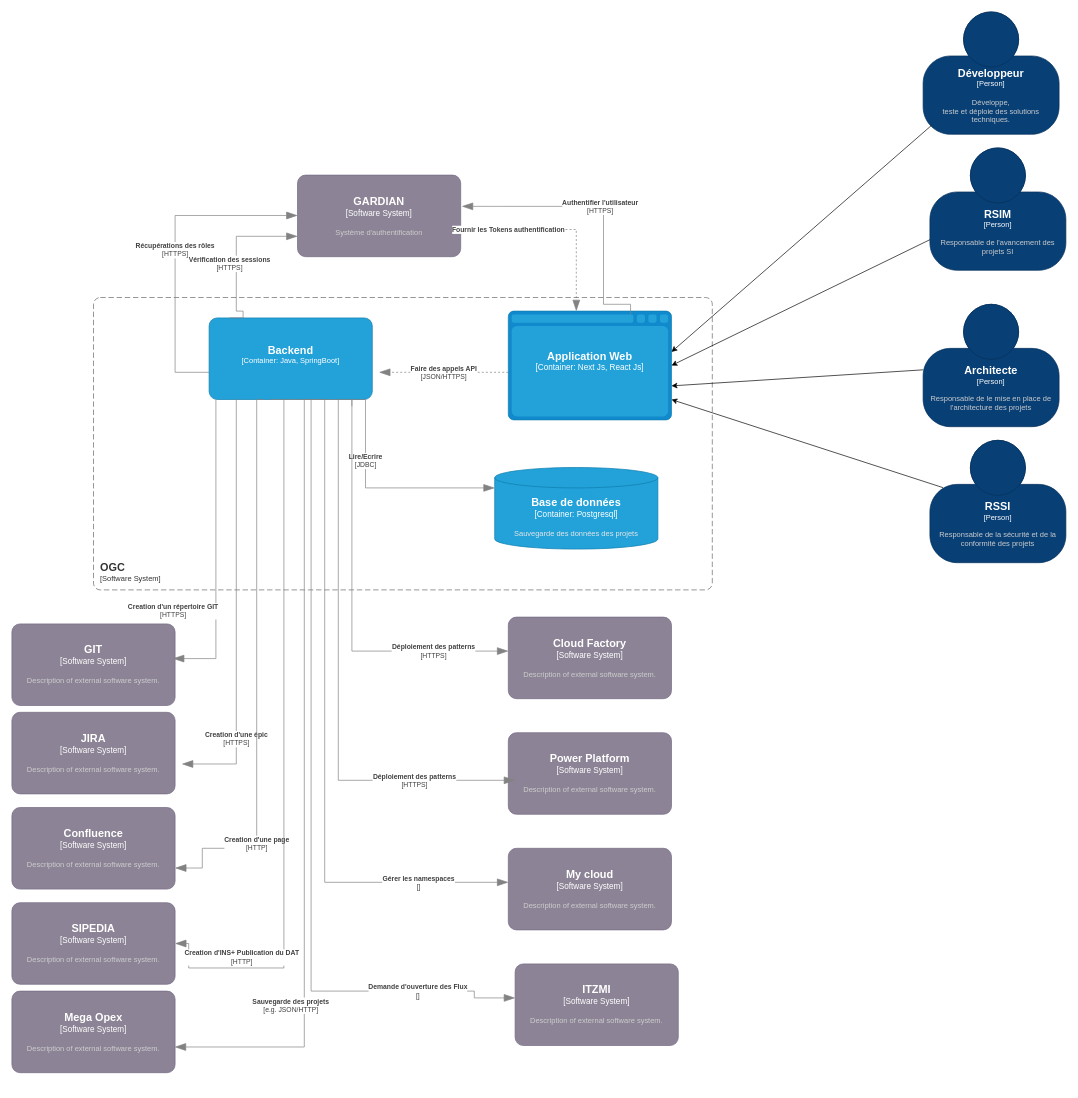
Earlier version of the draw.io diagram page "containers" (1 of 3) of containers-diagram.drawio (marwaSahli/c4-diagrams). Source tidied: cells renumbered, new cells numbered last; positions are measured from the earlier drawing's top-left corner, leaving out a move shared by most shapes. Both pictures are drawn from the tidied source at 68%, with x=0, y=0 at pixel (12, 12).
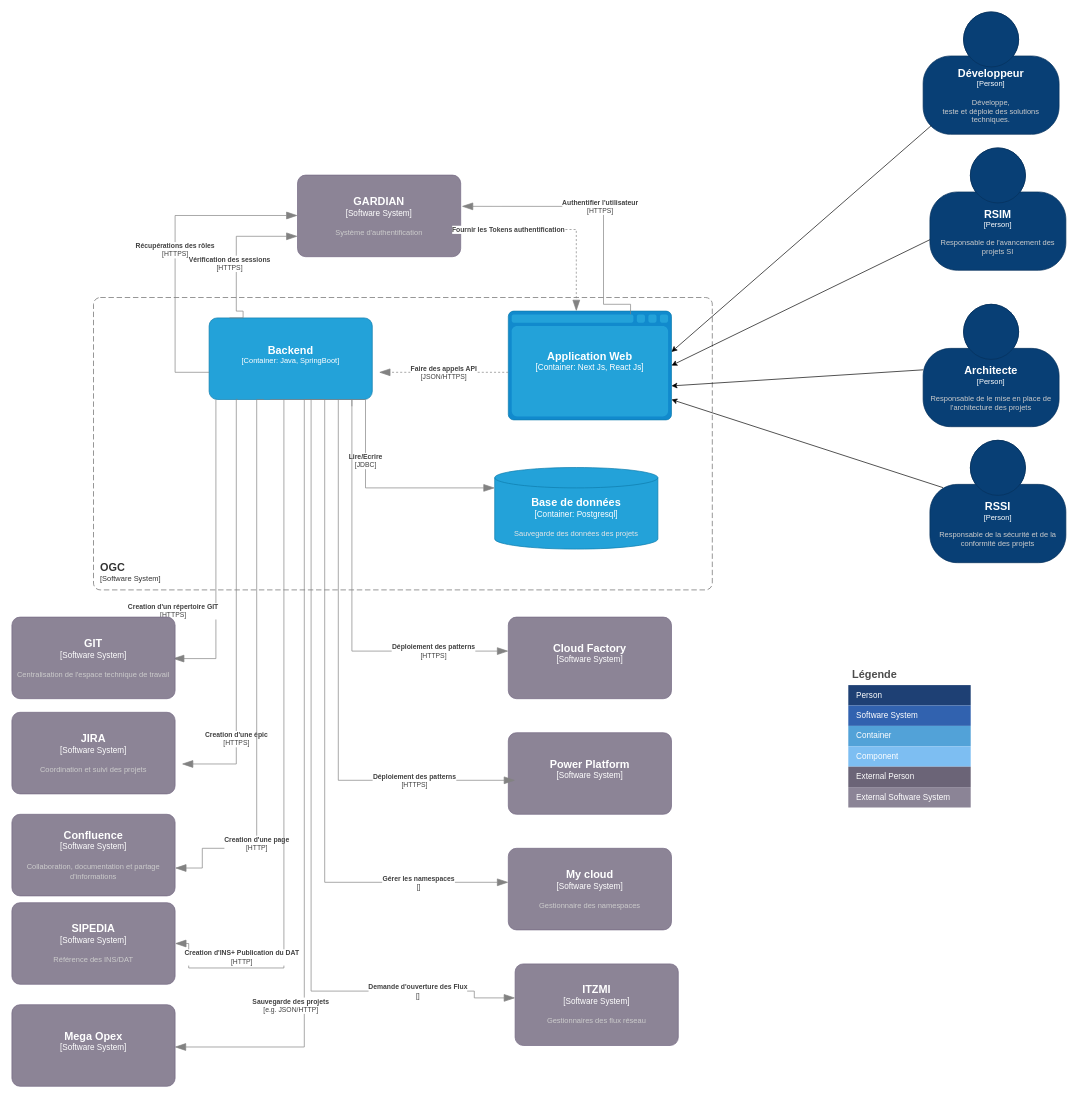
The same diagram, later.

Commit message (it also covers changes not shown here):
Mettre à jour containers-diagram.drawio

The change refers to these unchanged cells:
```xml
<object id="3" label="&lt;font style=&quot;font-size: 16px&quot;&gt;&lt;b&gt;%c4Name%&lt;/b&gt;&lt;/font&gt;&lt;div&gt;[%c4Type%: %c4Technology%]&lt;/div&gt;&lt;br&gt;&lt;div&gt;&lt;font style=&quot;font-size: 11px&quot;&gt;&lt;font color=&quot;#E6E6E6&quot;&gt;%c4Description%&lt;/font&gt;&lt;/div&gt;" c4Description="" c4Name="Backend" c4Technology="Java, SpringBoot" c4Type="Container" placeholders="1">
  <mxCell style="rounded=1;whiteSpace=wrap;html=1;fontSize=11;labelBackgroundColor=none;fillColor=#23A2D9;fontColor=#ffffff;align=center;arcSize=10;strokeColor=#0E7DAD;points=[[0.25,0,0],[0.5,0,0],[0.75,0,0],[1,0.25,0],[1,0.5,0],[1,0.75,0],[0.75,1,0],[0.5,1,0],[0.25,1,0],[0,0.75,0],[0,0.5,0],[0,0.25,0]];" parent="1" vertex="1">
    <mxGeometry x="290" y="450" width="240" height="120" as="geometry" />
  </mxCell>
</object>
```

Change to the diagram source:
```diff
@@
-    <object id="13" label="&lt;font style=&quot;font-size: 16px&quot;&gt;&lt;b&gt;%c4Name%&lt;/b&gt;&lt;/font&gt;&lt;div&gt;[%c4Type%]&lt;/div&gt;&lt;br&gt;&lt;div&gt;&lt;font style=&quot;font-size: 11px&quot;&gt;&lt;font color=&quot;#cccccc&quot;&gt;%c4Description%&lt;/font&gt;&lt;/div&gt;" c4Description="Description of external software system." c4Name="GIT" c4Type="Software System" placeholders="1">
-      <mxCell style="rounded=1;whiteSpace=wrap;html=1;labelBackgroundColor=none;fillColor=#8C8496;fontColor=#ffffff;align=center;arcSize=10;strokeColor=#736782;points=[[0.25,0,0],[0.5,0,0],[0.75,0,0],[1,0.25,0],[1,0.5,0],[1,0.75,0],[0.75,1,0],[0.5,1,0],[0.25,1,0],[0,0.75,0],[0,0.5,0],[0,0.25,0]];" parent="1" vertex="1">
-        <mxGeometry y="900" width="240" height="120" as="geometry" />
-      </mxCell>
-    </object>
-    <object id="14" label="&lt;font style=&quot;font-size: 16px&quot;&gt;&lt;b&gt;%c4Name%&lt;/b&gt;&lt;/font&gt;&lt;div&gt;[%c4Type%]&lt;/div&gt;&lt;br&gt;&lt;div&gt;&lt;font style=&quot;font-size: 11px&quot;&gt;&lt;font color=&quot;#cccccc&quot;&gt;%c4Description%&lt;/font&gt;&lt;/div&gt;" c4Description="Description of external software system." c4Name="JIRA" c4Type="Software System" placeholders="1">
+    <object id="14" label="&lt;font style=&quot;font-size: 16px&quot;&gt;&lt;b&gt;%c4Name%&lt;/b&gt;&lt;/font&gt;&lt;div&gt;[%c4Type%]&lt;/div&gt;&lt;br&gt;&lt;div&gt;&lt;font style=&quot;font-size: 11px&quot;&gt;&lt;font color=&quot;#cccccc&quot;&gt;%c4Description%&lt;/font&gt;&lt;/div&gt;" c4Description="Coordination et suivi des projets" c4Name="JIRA" c4Type="Software System" placeholders="1">
       <mxCell style="rounded=1;whiteSpace=wrap;html=1;labelBackgroundColor=none;fillColor=#8C8496;fontColor=#ffffff;align=center;arcSize=10;strokeColor=#736782;" parent="1" vertex="1">
         <mxGeometry y="1030" width="240" height="120" as="geometry" />
       </mxCell>
     </object>
-    <object id="15" label="&lt;font style=&quot;font-size: 16px&quot;&gt;&lt;b&gt;%c4Name%&lt;/b&gt;&lt;/font&gt;&lt;div&gt;[%c4Type%]&lt;/div&gt;&lt;br&gt;&lt;div&gt;&lt;font style=&quot;font-size: 11px&quot;&gt;&lt;font color=&quot;#cccccc&quot;&gt;%c4Description%&lt;/font&gt;&lt;/div&gt;" c4Description="Description of external software system." c4Name="Confluence" c4Type="Software System" placeholders="1">
-      <mxCell style="rounded=1;whiteSpace=wrap;html=1;labelBackgroundColor=none;fillColor=#8C8496;fontColor=#ffffff;align=center;arcSize=10;strokeColor=#736782;" parent="1" vertex="1">
-        <mxGeometry y="1170" width="240" height="120" as="geometry" />
-      </mxCell>
-    </object>
-    <object id="16" label="&lt;font style=&quot;font-size: 16px&quot;&gt;&lt;b&gt;%c4Name%&lt;/b&gt;&lt;/font&gt;&lt;div&gt;[%c4Type%]&lt;/div&gt;&lt;br&gt;&lt;div&gt;&lt;font style=&quot;font-size: 11px&quot;&gt;&lt;font color=&quot;#cccccc&quot;&gt;%c4Description%&lt;/font&gt;&lt;/div&gt;" c4Description="Description of external software system." c4Name="SIPEDIA" c4Type="Software System" placeholders="1">
-      <mxCell style="rounded=1;whiteSpace=wrap;html=1;labelBackgroundColor=none;fillColor=#8C8496;fontColor=#ffffff;align=center;arcSize=10;strokeColor=#736782;points=[[0.25,0,0],[0.5,0,0],[0.75,0,0],[1,0.25,0],[1,0.5,0],[1,0.75,0],[0.75,1,0],[0.5,1,0],[0.25,1,0],[0,0.75,0],[0,0.5,0],[0,0.25,0]];" parent="1" vertex="1">
-        <mxGeometry y="1310" width="240" height="120" as="geometry" />
-      </mxCell>
-    </object>
-    <object id="17" label="&lt;font style=&quot;font-size: 16px&quot;&gt;&lt;b&gt;%c4Name%&lt;/b&gt;&lt;/font&gt;&lt;div&gt;[%c4Type%]&lt;/div&gt;&lt;br&gt;&lt;div&gt;&lt;font style=&quot;font-size: 11px&quot;&gt;&lt;font color=&quot;#cccccc&quot;&gt;%c4Description%&lt;/font&gt;&lt;/div&gt;" c4Description="Description of external software system." c4Name="Mega Opex" c4Type="Software System" placeholders="1">
-      <mxCell style="rounded=1;whiteSpace=wrap;html=1;labelBackgroundColor=none;fillColor=#8C8496;fontColor=#ffffff;align=center;arcSize=10;strokeColor=#736782;points=[[0.25,0,0],[0.5,0,0],[0.75,0,0],[1,0.25,0],[1,0.5,0],[1,0.75,0],[0.75,1,0],[0.5,1,0],[0.25,1,0],[0,0.75,0],[0,0.5,0],[0,0.25,0]];" parent="1" vertex="1">
-        <mxGeometry y="1440" width="240" height="120" as="geometry" />
-      </mxCell>
-    </object>
-    <object id="18" label="&lt;font style=&quot;font-size: 16px&quot;&gt;&lt;b&gt;%c4Name%&lt;/b&gt;&lt;/font&gt;&lt;div&gt;[%c4Type%]&lt;/div&gt;&lt;br&gt;&lt;div&gt;&lt;font style=&quot;font-size: 11px&quot;&gt;&lt;font color=&quot;#cccccc&quot;&gt;%c4Description%&lt;/font&gt;&lt;/div&gt;" c4Description="Description of external software system." c4Name="My cloud" c4Type="Software System" placeholders="1">
+    <object id="18" label="&lt;font style=&quot;font-size: 16px&quot;&gt;&lt;b&gt;%c4Name%&lt;/b&gt;&lt;/font&gt;&lt;div&gt;[%c4Type%]&lt;/div&gt;&lt;br&gt;&lt;div&gt;&lt;font style=&quot;font-size: 11px&quot;&gt;&lt;font color=&quot;#cccccc&quot;&gt;%c4Description%&lt;/font&gt;&lt;/div&gt;" c4Description="Gestionnaire des namespaces" c4Name="My cloud" c4Type="Software System" placeholders="1">
       <mxCell style="rounded=1;whiteSpace=wrap;html=1;labelBackgroundColor=none;fillColor=#8C8496;fontColor=#ffffff;align=center;arcSize=10;strokeColor=#736782;" parent="1" vertex="1">
         <mxGeometry x="730" y="1230" width="240" height="120" as="geometry" />
       </mxCell>
     </object>
-    <object id="19" label="&lt;font style=&quot;font-size: 16px&quot;&gt;&lt;b&gt;%c4Name%&lt;/b&gt;&lt;/font&gt;&lt;div&gt;[%c4Type%]&lt;/div&gt;&lt;br&gt;&lt;div&gt;&lt;font style=&quot;font-size: 11px&quot;&gt;&lt;font color=&quot;#cccccc&quot;&gt;%c4Description%&lt;/font&gt;&lt;/div&gt;" c4Description="Description of external software system." c4Name="Cloud Factory" c4Type="Software System" placeholders="1">
+    <object id="19" label="&lt;font style=&quot;font-size: 16px&quot;&gt;&lt;b&gt;%c4Name%&lt;/b&gt;&lt;/font&gt;&lt;div&gt;[%c4Type%]&lt;/div&gt;&lt;br&gt;&lt;div&gt;&lt;font style=&quot;font-size: 11px&quot;&gt;&lt;font color=&quot;#cccccc&quot;&gt;%c4Description%&lt;/font&gt;&lt;/div&gt;" c4Description="" c4Name="Cloud Factory" c4Type="Software System" placeholders="1">
       <mxCell style="rounded=1;whiteSpace=wrap;html=1;labelBackgroundColor=none;fillColor=#8C8496;fontColor=#ffffff;align=center;arcSize=10;strokeColor=#736782;" parent="1" vertex="1">
         <mxGeometry x="730" y="890" width="240" height="120" as="geometry" />
       </mxCell>
     </object>
-    <object id="20" label="&lt;font style=&quot;font-size: 16px&quot;&gt;&lt;b&gt;%c4Name%&lt;/b&gt;&lt;/font&gt;&lt;div&gt;[%c4Type%]&lt;/div&gt;&lt;br&gt;&lt;div&gt;&lt;font style=&quot;font-size: 11px&quot;&gt;&lt;font color=&quot;#cccccc&quot;&gt;%c4Description%&lt;/font&gt;&lt;/div&gt;" c4Description="Description of external software system." c4Name="Power Platform" c4Type="Software System" placeholders="1">
+    <object id="20" label="&lt;font style=&quot;font-size: 16px&quot;&gt;&lt;b&gt;%c4Name%&lt;/b&gt;&lt;/font&gt;&lt;div&gt;[%c4Type%]&lt;/div&gt;&lt;br&gt;&lt;div&gt;&lt;font style=&quot;font-size: 11px&quot;&gt;&lt;font color=&quot;#cccccc&quot;&gt;%c4Description%&lt;/font&gt;&lt;/div&gt;" c4Description="" c4Name="Power Platform" c4Type="Software System" placeholders="1">
       <mxCell style="rounded=1;whiteSpace=wrap;html=1;labelBackgroundColor=none;fillColor=#8C8496;fontColor=#ffffff;align=center;arcSize=10;strokeColor=#736782;" parent="1" vertex="1">
         <mxGeometry x="730" y="1060" width="240" height="120" as="geometry" />
       </mxCell>
     </object>
-    <object id="21" label="&lt;font style=&quot;font-size: 16px&quot;&gt;&lt;b&gt;%c4Name%&lt;/b&gt;&lt;/font&gt;&lt;div&gt;[%c4Type%]&lt;/div&gt;&lt;br&gt;&lt;div&gt;&lt;font style=&quot;font-size: 11px&quot;&gt;&lt;font color=&quot;#cccccc&quot;&gt;%c4Description%&lt;/font&gt;&lt;/div&gt;" c4Description="Description of external software system." c4Name="ITZMI" c4Type="Software System" placeholders="1">
+    <object id="21" label="&lt;font style=&quot;font-size: 16px&quot;&gt;&lt;b&gt;%c4Name%&lt;/b&gt;&lt;/font&gt;&lt;div&gt;[%c4Type%]&lt;/div&gt;&lt;br&gt;&lt;div&gt;&lt;font style=&quot;font-size: 11px&quot;&gt;&lt;font color=&quot;#cccccc&quot;&gt;%c4Description%&lt;/font&gt;&lt;/div&gt;" c4Description="Gestionnaires des flux réseau" c4Name="ITZMI" c4Type="Software System" placeholders="1">
       <mxCell style="rounded=1;whiteSpace=wrap;html=1;labelBackgroundColor=none;fillColor=#8C8496;fontColor=#ffffff;align=center;arcSize=10;strokeColor=#736782;" parent="1" vertex="1">
         <mxGeometry x="740" y="1400" width="240" height="120" as="geometry" />
       </mxCell>
     </object>
     <object id="22" label="&lt;div style=&quot;text-align: left&quot;&gt;&lt;div style=&quot;text-align: center&quot;&gt;&lt;b&gt;%c4Description%&lt;/b&gt;&lt;/div&gt;&lt;div style=&quot;text-align: center&quot;&gt;[%c4Technology%]&lt;/div&gt;&lt;/div&gt;" c4Description="Creation d'un répertoire GIT" c4Technology="HTTPS" placeholders="1">
-      <mxCell style="endArrow=blockThin;html=1;fontSize=10;fontColor=#404040;strokeWidth=1;endFill=1;strokeColor=#828282;elbow=vertical;endSize=14;startSize=14;jumpStyle=arc;jumpSize=16;rounded=0;edgeStyle=orthogonalEdgeStyle;entryX=0.987;entryY=0.425;entryDx=0;entryDy=0;entryPerimeter=0;" parent="1" edge="1" source="3" target="13">
+      <mxCell style="endArrow=blockThin;html=1;fontSize=10;fontColor=#404040;strokeWidth=1;endFill=1;strokeColor=#828282;elbow=vertical;endSize=14;startSize=14;jumpStyle=arc;jumpSize=16;rounded=0;edgeStyle=orthogonalEdgeStyle;entryX=0.987;entryY=0.425;entryDx=0;entryDy=0;entryPerimeter=0;" parent="1" edge="1" source="3">
         <mxGeometry x="0.4" y="-63" relative="1" as="geometry">
+          <mxPoint x="236.9" y="951" as="targetPoint" />
           <Array as="points">
             <mxPoint x="300" y="951" />
           </Array>
         </mxGeometry>
       </mxCell>
     </object>
@@
     <object id="25" label="&lt;div style=&quot;text-align: left&quot;&gt;&lt;div style=&quot;text-align: center&quot;&gt;&lt;b&gt;%c4Description%&lt;/b&gt;&lt;/div&gt;&lt;div style=&quot;text-align: center&quot;&gt;[%c4Technology%]&lt;/div&gt;&lt;/div&gt;" c4Description="Creation d'INS+ Publication du DAT" c4Technology="HTTP" placeholders="1">
-      <mxCell style="endArrow=blockThin;html=1;fontSize=10;fontColor=#404040;strokeWidth=1;endFill=1;strokeColor=#828282;elbow=vertical;endSize=14;startSize=14;jumpStyle=arc;jumpSize=16;rounded=0;edgeStyle=orthogonalEdgeStyle;" parent="1" edge="1" source="3" target="16">
+      <mxCell style="endArrow=blockThin;html=1;fontSize=10;fontColor=#404040;strokeWidth=1;endFill=1;strokeColor=#828282;elbow=vertical;endSize=14;startSize=14;jumpStyle=arc;jumpSize=16;rounded=0;edgeStyle=orthogonalEdgeStyle;" parent="1" edge="1" source="3">
         <mxGeometry x="0.74" y="-16" relative="1" as="geometry">
+          <mxPoint x="240" y="1370" as="targetPoint" />
           <Array as="points">
             <mxPoint x="400" y="1406" />
             <mxPoint x="260" y="1406" />
             <mxPoint x="260" y="1370" />
           </Array>
         </mxGeometry>
       </mxCell>
     </object>
     <object id="26" label="&lt;div style=&quot;text-align: left&quot;&gt;&lt;div style=&quot;text-align: center&quot;&gt;&lt;b&gt;%c4Description%&lt;/b&gt;&lt;/div&gt;&lt;div style=&quot;text-align: center&quot;&gt;[%c4Technology%]&lt;/div&gt;&lt;/div&gt;" c4Description="Sauvegarde des projets" c4Technology="e.g. JSON/HTTP" placeholders="1">
-      <mxCell style="endArrow=blockThin;html=1;fontSize=10;fontColor=#404040;strokeWidth=1;endFill=1;strokeColor=#828282;elbow=vertical;endSize=14;startSize=14;jumpStyle=arc;jumpSize=16;rounded=0;edgeStyle=orthogonalEdgeStyle;entryX=0.998;entryY=0.685;entryDx=0;entryDy=0;entryPerimeter=0;" parent="1" edge="1" target="17">
+      <mxCell style="endArrow=blockThin;html=1;fontSize=10;fontColor=#404040;strokeWidth=1;endFill=1;strokeColor=#828282;elbow=vertical;endSize=14;startSize=14;jumpStyle=arc;jumpSize=16;rounded=0;edgeStyle=orthogonalEdgeStyle;entryX=0.998;entryY=0.685;entryDx=0;entryDy=0;entryPerimeter=0;" parent="1" edge="1">
         <mxGeometry x="0.57" y="-20" relative="1" as="geometry">
           <mxPoint x="460" y="570" as="sourcePoint" />
+          <mxPoint x="239.5" y="1522.2" as="targetPoint" />
           <Array as="points">
             <mxPoint x="430" y="570" />
             <mxPoint x="430" y="1522" />
           </Array>
         </mxGeometry>
       </mxCell>
     </object>
@@
+    <object id="39" label="&lt;font style=&quot;font-size: 16px&quot;&gt;&lt;b&gt;%c4Name%&lt;/b&gt;&lt;/font&gt;&lt;div&gt;[%c4Type%]&lt;/div&gt;&lt;br&gt;&lt;div&gt;&lt;font style=&quot;font-size: 11px&quot;&gt;&lt;font color=&quot;#cccccc&quot;&gt;%c4Description%&lt;/font&gt;&lt;/div&gt;" c4Description="Centralisation de l'espace technique de travail" c4Name="GIT" c4Type="Software System" placeholders="1">
+      <mxCell style="rounded=1;whiteSpace=wrap;html=1;labelBackgroundColor=none;fillColor=#8C8496;fontColor=#ffffff;align=center;arcSize=10;strokeColor=#736782;" parent="1" vertex="1">
+        <mxGeometry y="890" width="240" height="120" as="geometry" />
+      </mxCell>
+    </object>
+    <object id="40" label="&lt;font style=&quot;font-size: 16px&quot;&gt;&lt;b&gt;%c4Name%&lt;/b&gt;&lt;/font&gt;&lt;div&gt;[%c4Type%]&lt;/div&gt;&lt;br&gt;&lt;div&gt;&lt;font style=&quot;font-size: 11px&quot;&gt;&lt;font color=&quot;#cccccc&quot;&gt;%c4Description%&lt;/font&gt;&lt;/div&gt;" c4Description="Collaboration, documentation et partage d'informations" c4Name="Confluence" c4Type="Software System" placeholders="1">
+      <mxCell style="rounded=1;whiteSpace=wrap;html=1;labelBackgroundColor=none;fillColor=#8C8496;fontColor=#ffffff;align=center;arcSize=10;strokeColor=#736782;" parent="1" vertex="1">
+        <mxGeometry y="1180" width="240" height="120" as="geometry" />
+      </mxCell>
+    </object>
+    <object id="16" label="&lt;font style=&quot;font-size: 16px&quot;&gt;&lt;b&gt;%c4Name%&lt;/b&gt;&lt;/font&gt;&lt;div&gt;[%c4Type%]&lt;/div&gt;&lt;br&gt;&lt;div&gt;&lt;font style=&quot;font-size: 11px&quot;&gt;&lt;font color=&quot;#cccccc&quot;&gt;%c4Description%&lt;/font&gt;&lt;/div&gt;" c4Description="Référence des INS/DAT" c4Name="SIPEDIA" c4Type="Software System" placeholders="1">
+      <mxCell style="rounded=1;whiteSpace=wrap;html=1;labelBackgroundColor=none;fillColor=#8C8496;fontColor=#ffffff;align=center;arcSize=10;strokeColor=#736782;points=[[0.25,0,0],[0.5,0,0],[0.75,0,0],[1,0.25,0],[1,0.5,0],[1,0.75,0],[0.75,1,0],[0.5,1,0],[0.25,1,0],[0,0.75,0],[0,0.5,0],[0,0.25,0]];" parent="1" vertex="1">
+        <mxGeometry y="1310" width="240" height="120" as="geometry" />
+      </mxCell>
+    </object>
+    <object id="41" label="&lt;font style=&quot;font-size: 16px&quot;&gt;&lt;b&gt;%c4Name%&lt;/b&gt;&lt;/font&gt;&lt;div&gt;[%c4Type%]&lt;/div&gt;&lt;br&gt;&lt;div&gt;&lt;font style=&quot;font-size: 11px&quot;&gt;&lt;font color=&quot;#cccccc&quot;&gt;%c4Description%&lt;/font&gt;&lt;/div&gt;" c4Description="" c4Name="Mega Opex" c4Type="Software System" placeholders="1">
+      <mxCell style="rounded=1;whiteSpace=wrap;html=1;labelBackgroundColor=none;fillColor=#8C8496;fontColor=#ffffff;align=center;arcSize=10;strokeColor=#736782;" parent="1" vertex="1">
+        <mxGeometry y="1460" width="240" height="120" as="geometry" />
+      </mxCell>
+    </object>
+    <mxCell id="42" value="Légende" style="shape=table;startSize=30;childLayout=tableLayout;fontSize=16;align=left;verticalAlign=top;fillColor=none;strokeColor=none;fontColor=#4D4D4D;fontStyle=1;spacingLeft=6;spacing=0;" parent="1" vertex="1">
+      <mxGeometry x="1230" y="960" width="180" height="210" as="geometry" />
+    </mxCell>
+    <mxCell id="43" style="shape=tableRow;horizontal=0;startSize=0;swimlaneHead=0;swimlaneBody=0;strokeColor=inherit;top=0;left=0;bottom=0;right=0;fillColor=none;fontSize=12;" parent="42" vertex="1">
+      <mxGeometry y="30" width="180" height="30" as="geometry" />
+    </mxCell>
+    <mxCell id="44" value="Person" style="shape=partialRectangle;html=1;whiteSpace=wrap;strokeColor=inherit;overflow=hidden;fillColor=#1E4074;top=0;left=0;bottom=0;right=0;fontSize=12;align=left;fontColor=#FFFFFF;gradientColor=none;spacingLeft=10;spacingRight=4;" parent="43" vertex="1">
+      <mxGeometry width="180" height="30" as="geometry" />
+    </mxCell>
+    <mxCell id="45" style="shape=tableRow;horizontal=0;startSize=0;swimlaneHead=0;swimlaneBody=0;strokeColor=inherit;top=0;left=0;bottom=0;right=0;fillColor=none;fontSize=12;" parent="42" vertex="1">
+      <mxGeometry y="60" width="180" height="30" as="geometry" />
+    </mxCell>
+    <mxCell id="46" value="Software System" style="shape=partialRectangle;html=1;whiteSpace=wrap;strokeColor=inherit;overflow=hidden;fillColor=#3162AF;top=0;left=0;bottom=0;right=0;fontSize=12;align=left;fontColor=#FFFFFF;gradientColor=none;spacingLeft=10;spacingRight=4;" parent="45" vertex="1">
+      <mxGeometry width="180" height="30" as="geometry" />
+    </mxCell>
+    <mxCell id="47" style="shape=tableRow;horizontal=0;startSize=0;swimlaneHead=0;swimlaneBody=0;strokeColor=inherit;top=0;left=0;bottom=0;right=0;fillColor=none;fontSize=12;" parent="42" vertex="1">
+      <mxGeometry y="90" width="180" height="30" as="geometry" />
+    </mxCell>
+    <mxCell id="48" value="Container" style="shape=partialRectangle;html=1;whiteSpace=wrap;strokeColor=inherit;overflow=hidden;fillColor=#52a2d8;top=0;left=0;bottom=0;right=0;fontSize=12;align=left;fontColor=#FFFFFF;gradientColor=none;spacingLeft=10;spacingRight=4;" parent="47" vertex="1">
+      <mxGeometry width="180" height="30" as="geometry" />
+    </mxCell>
+    <mxCell id="49" style="shape=tableRow;horizontal=0;startSize=0;swimlaneHead=0;swimlaneBody=0;strokeColor=inherit;top=0;left=0;bottom=0;right=0;fillColor=none;fontSize=12;" parent="42" vertex="1">
+      <mxGeometry y="120" width="180" height="30" as="geometry" />
+    </mxCell>
+    <mxCell id="50" value="Component" style="shape=partialRectangle;html=1;whiteSpace=wrap;strokeColor=inherit;overflow=hidden;fillColor=#7dbef2;top=0;left=0;bottom=0;right=0;fontSize=12;align=left;fontColor=#FFFFFF;gradientColor=none;spacingLeft=10;spacingRight=4;" parent="49" vertex="1">
+      <mxGeometry width="180" height="30" as="geometry" />
+    </mxCell>
+    <mxCell id="51" style="shape=tableRow;horizontal=0;startSize=0;swimlaneHead=0;swimlaneBody=0;strokeColor=inherit;top=0;left=0;bottom=0;right=0;fillColor=none;fontSize=12;" parent="42" vertex="1">
+      <mxGeometry y="150" width="180" height="30" as="geometry" />
+    </mxCell>
+    <mxCell id="52" value="External Person" style="shape=partialRectangle;html=1;whiteSpace=wrap;strokeColor=inherit;overflow=hidden;fillColor=#6b6477;top=0;left=0;bottom=0;right=0;fontSize=12;align=left;fontColor=#FFFFFF;gradientColor=none;spacingLeft=10;spacingRight=4;" parent="51" vertex="1">
+      <mxGeometry width="180" height="30" as="geometry" />
+    </mxCell>
+    <mxCell id="53" style="shape=tableRow;horizontal=0;startSize=0;swimlaneHead=0;swimlaneBody=0;strokeColor=inherit;top=0;left=0;bottom=0;right=0;fillColor=none;fontSize=12;" parent="42" vertex="1">
+      <mxGeometry y="180" width="180" height="30" as="geometry" />
+    </mxCell>
+    <mxCell id="54" value="External Software System" style="shape=partialRectangle;html=1;whiteSpace=wrap;strokeColor=inherit;overflow=hidden;fillColor=#8b8496;top=0;left=0;bottom=0;right=0;fontSize=12;align=left;fontColor=#FFFFFF;gradientColor=none;spacingLeft=10;spacingRight=4;" parent="53" vertex="1">
+      <mxGeometry width="180" height="30" as="geometry" />
+    </mxCell>
```
